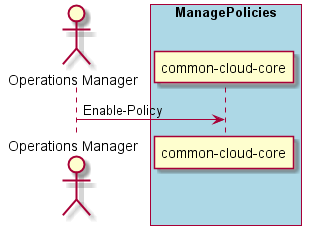
Before: docs/UseCases/Manage-Policies/Enable-Policy.png, a diagram exported from PlantUML (CAADE/C3). Its diagram source:
```plantuml
@startuml
Actor "Operations Manager" as A

box "ManagePolicies" #lightblue
participant "common-cloud-core" as S
A -> S : Enable-Policy
end box

@enduml
```
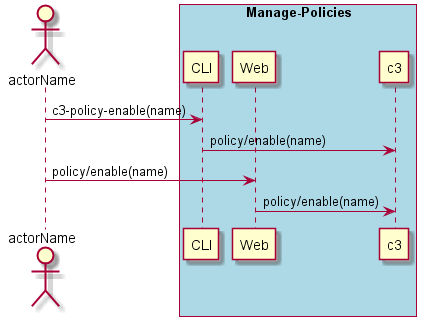
After the commit.

What changed in the source:
```diff
@@ -1,9 +1,14 @@
 @startuml
-Actor "Operations Manager" as A
+Actor "actorName" as A
 
-box "ManagePolicies" #lightblue
-participant "common-cloud-core" as S
-A -> S : Enable-Policy
+box "Manage-Policies" #lightblue
+participant CLI as CLI
+participant Web as Web
+participant "c3" as S
+A -> CLI : c3-policy-enable(name)
+CLI -> S : policy/enable(name)
+A -> Web : policy/enable(name)
+Web -> S : policy/enable(name)
 end box
 
 @enduml
```
